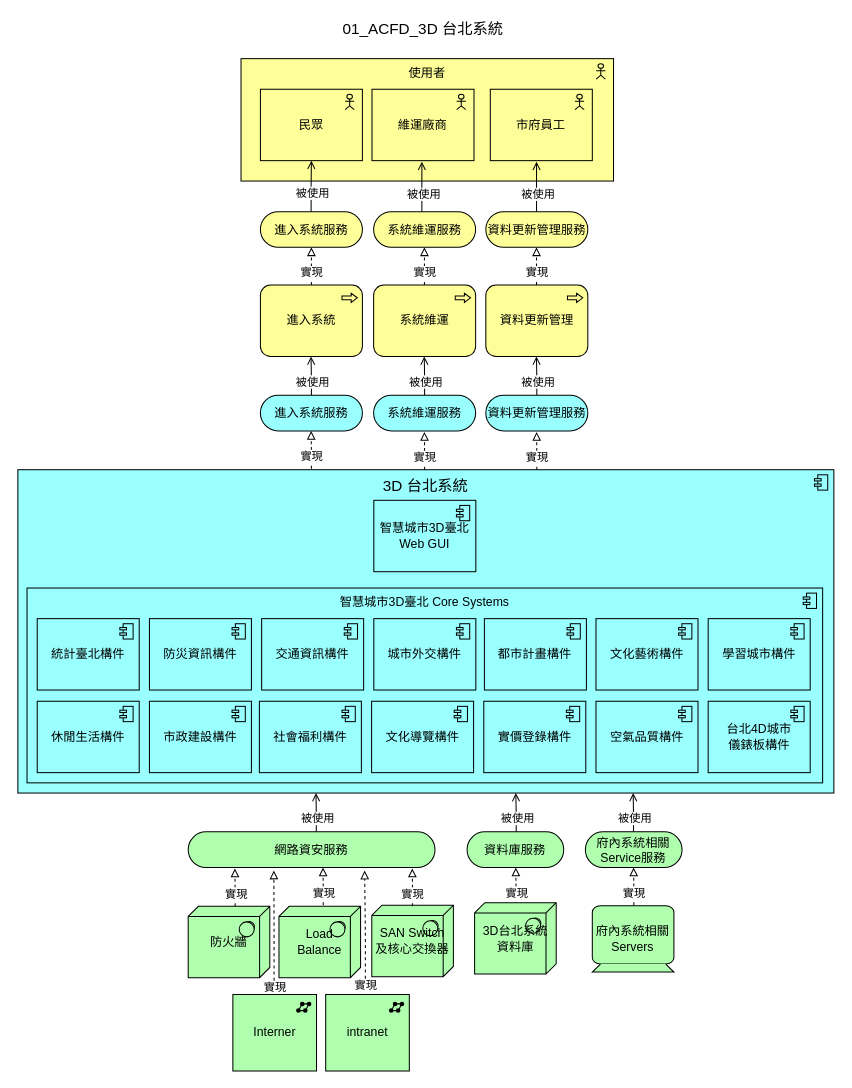
cxr0801/EA keeps this draw.io diagram as page "01_ACFD_3D 台北系統" (1 of 17) of 3D.drawio. Above is the earlier version. Source tidied: cells renumbered, new cells numbered last; positions are measured from the earlier drawing's top-left corner, leaving out a move shared by most shapes. Both pictures are drawn from the tidied source at 102%, with x=0, y=0 at pixel (17, 17).
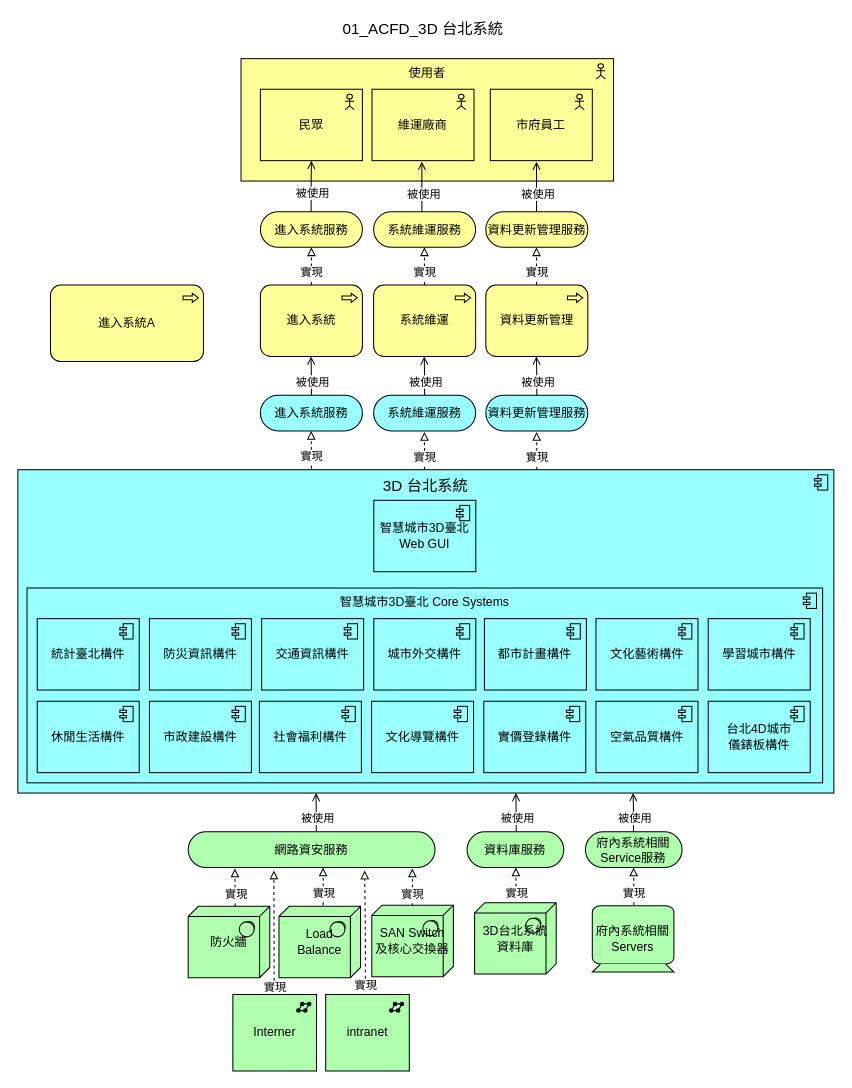
The same diagram, later.

Commit message:
3D.drawio_員工A_修改Archimate

What changed in the source:
```diff
@@
+    <mxCell id="87" value="進入系統A" style="html=1;whiteSpace=wrap;fillColor=#ffff99;shape=mxgraph.archimate3.application;appType=proc;archiType=rounded;" parent="1" vertex="1">
+      <mxGeometry x="32" y="262" width="150" height="75" as="geometry" />
+    </mxCell>
```
